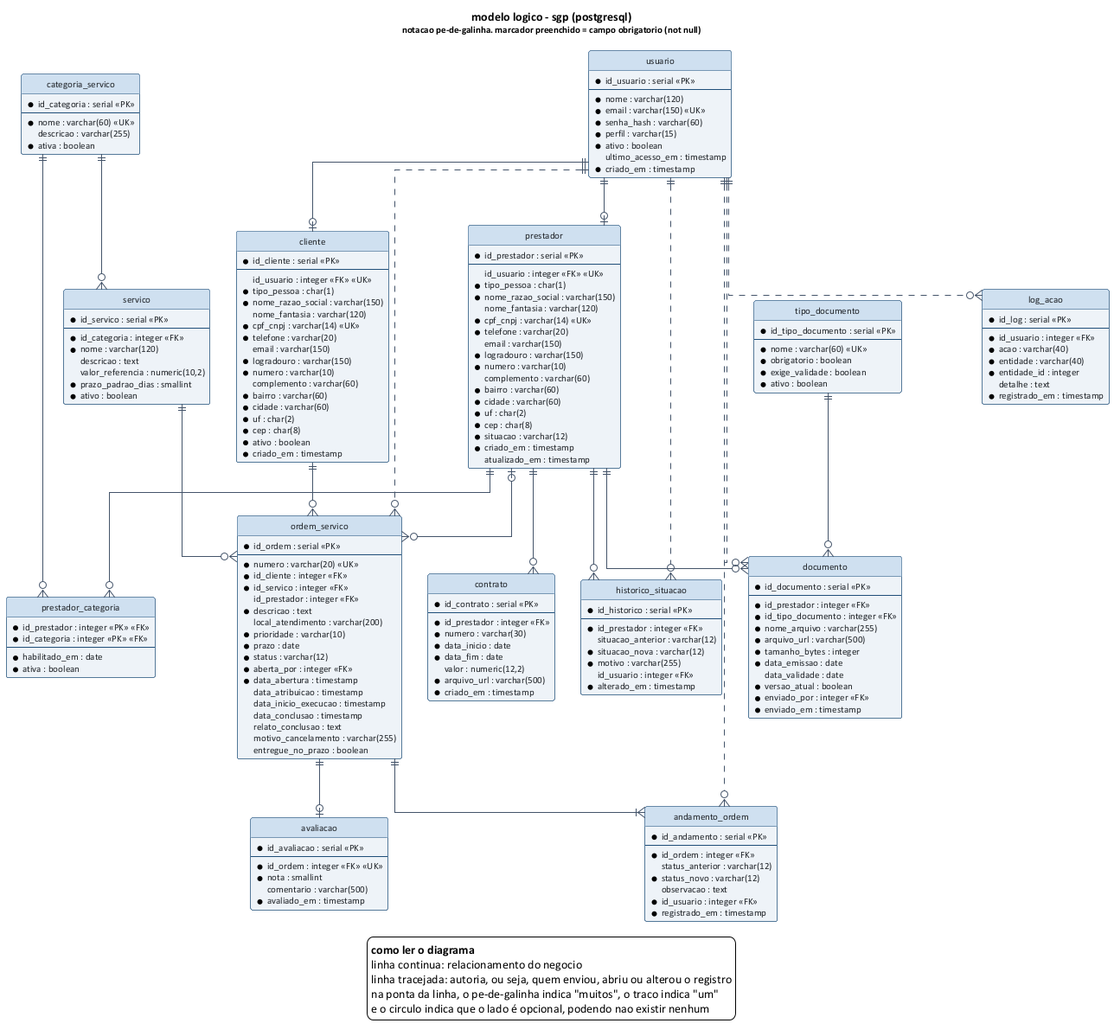
Above: diagramas/modelo-logico.png in igorschiniegoski/Atividade-Sabine (PlantUML), before the change.
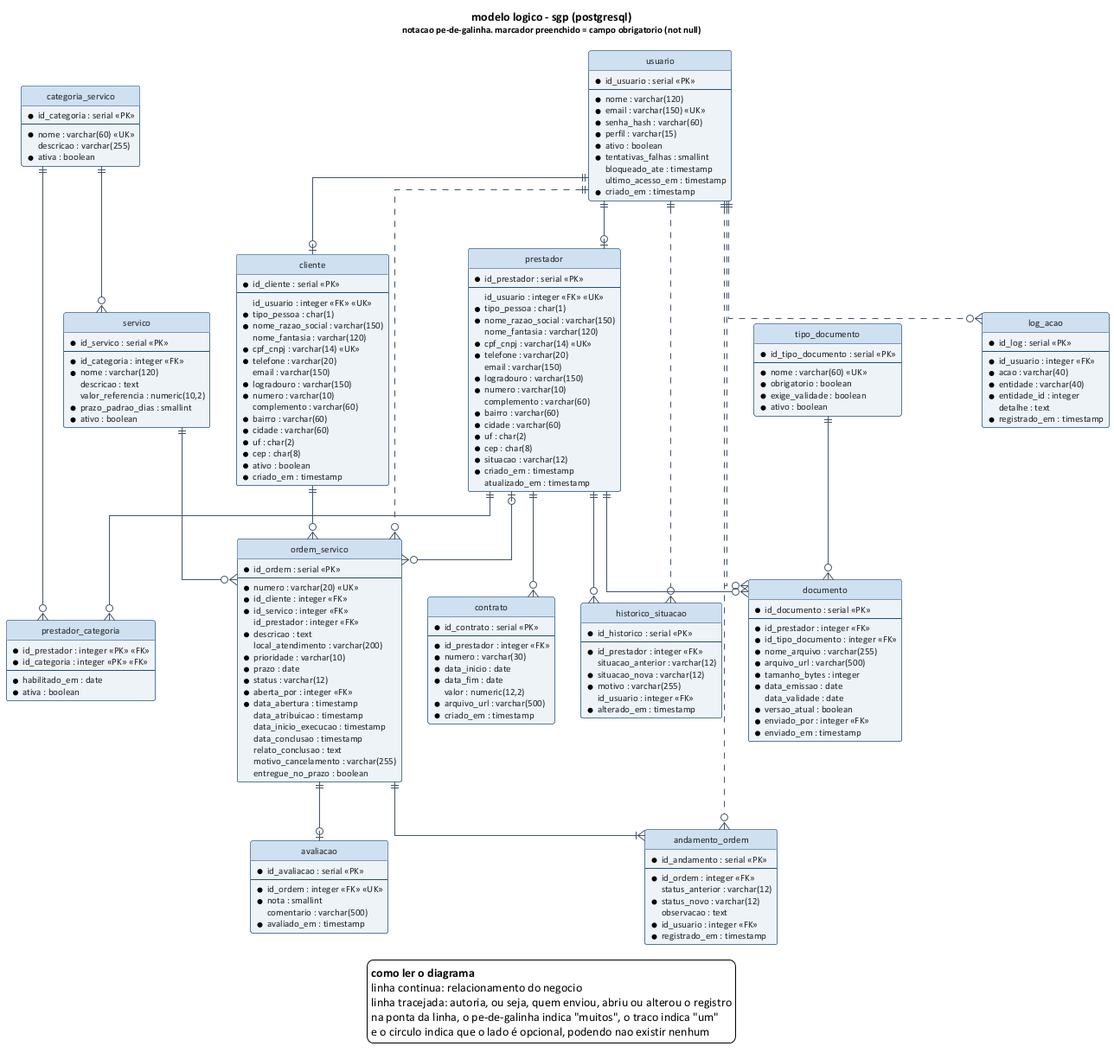
Later version of the same file.

Diff of the diagram source:
```diff
@@ -15,6 +15,8 @@
   *senha_hash : varchar(60)
   *perfil : varchar(15)
   *ativo : boolean
+  *tentativas_falhas : smallint
+  bloqueado_ate : timestamp
   ultimo_acesso_em : timestamp
   *criado_em : timestamp
 }
```
